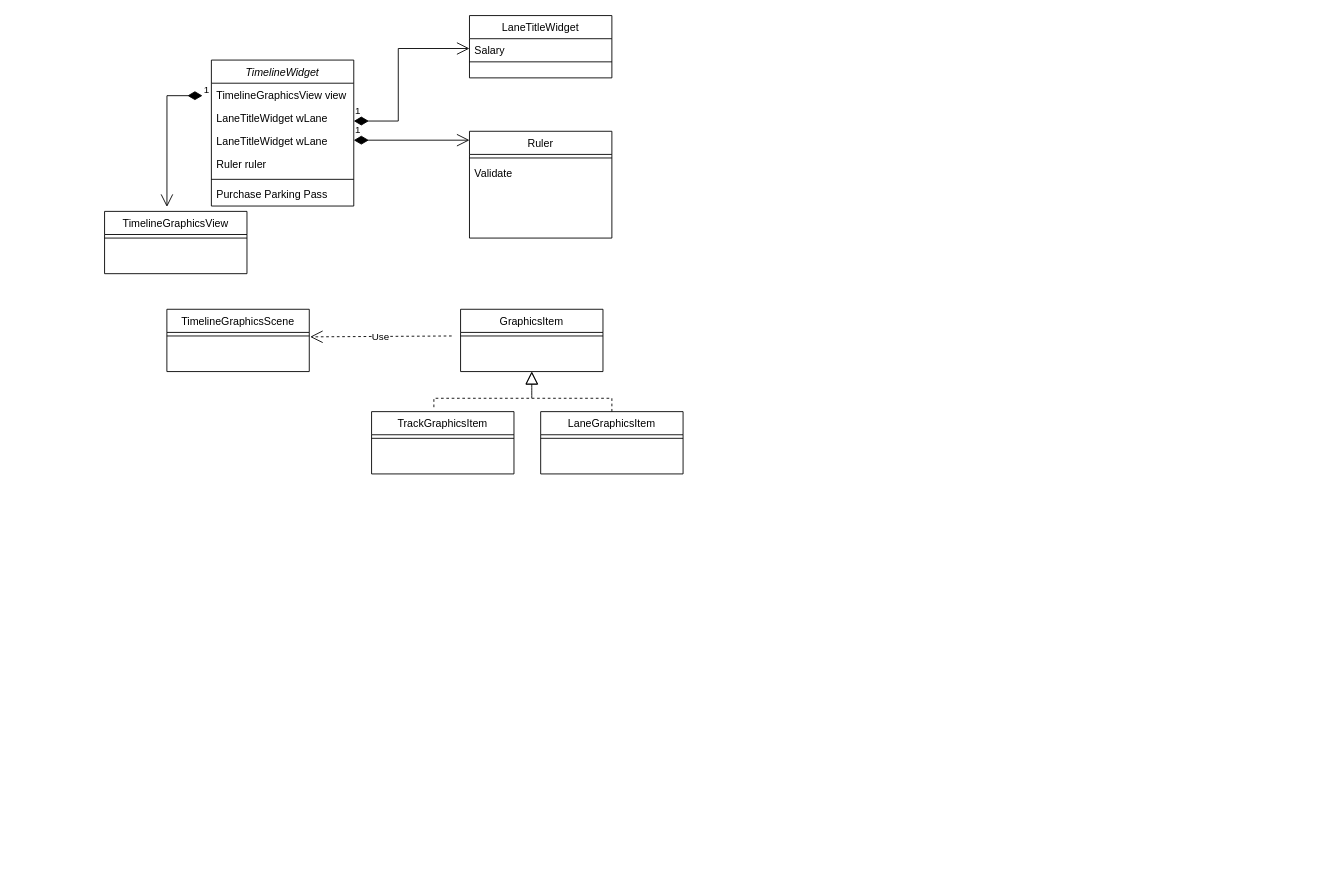
yanhj/DrawIO keeps this draw.io diagram as Timeline.drawio. Above is the earlier version. Source tidied: cells renumbered, new cells numbered last; positions are measured from the earlier drawing's top-left corner, leaving out a move shared by most shapes. Both pictures are drawn from the tidied source at 89%, with x=0, y=0 at pixel (104, 15).
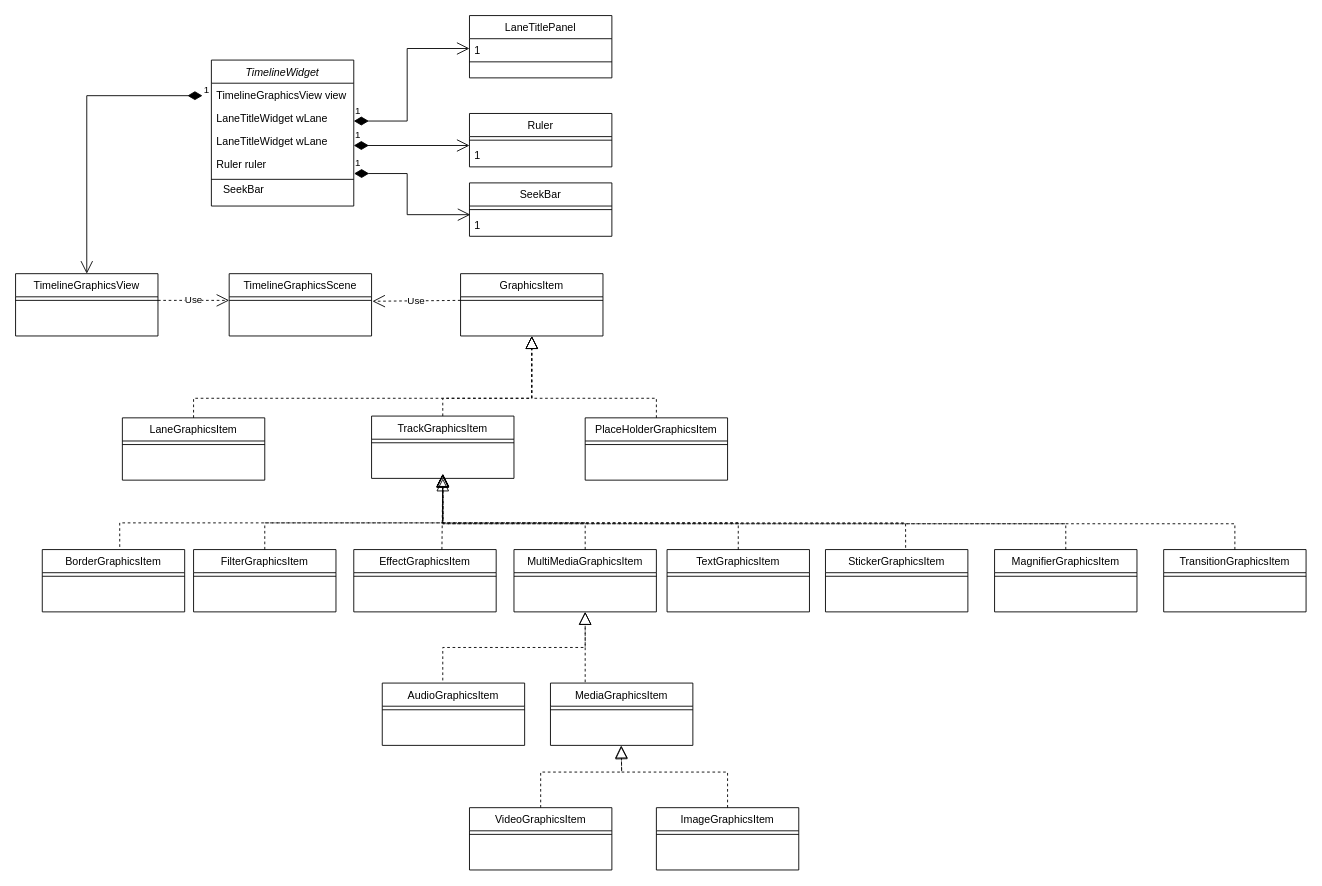
The same page after the edit.

Unchanged cells that the change refers to:
```xml
<mxCell id="2" value="TimelineWidget" style="swimlane;fontStyle=2;align=center;verticalAlign=top;horizontal=1;startSize=26;rounded=0;shadow=0;strokeWidth=1;" parent="1" vertex="1">
  <mxGeometry x="120" y="50" width="160" height="164" as="geometry" />
</mxCell>
<mxCell id="21" style="line;html=1;strokeWidth=1;align=left;verticalAlign=middle;spacingTop=-1;spacingLeft=3;spacingRight=3;labelPosition=right;points=[];portConstraint=eastwest;" parent="20" vertex="1">
  <mxGeometry y="26" width="160" height="8" as="geometry" />
</mxCell>
```

Diff of the diagram source:
```diff
@@
-    <mxCell id="6" value="Ruler ruler" style="text;align=left;verticalAlign=top;spacingLeft=4;spacingRight=4;overflow=hidden;points=[[0,0.5],[1,0.5]];portConstraint=eastwest;rounded=0;shadow=0;html=0;" parent="2" vertex="1">
+    <mxCell id="6" value="Ruler ruler&#10;" style="text;align=left;verticalAlign=top;spacingLeft=4;spacingRight=4;overflow=hidden;points=[[0,0.5],[1,0.5]];portConstraint=eastwest;rounded=0;shadow=0;html=0;" parent="2" vertex="1">
       <mxGeometry y="104" width="160" height="26" as="geometry" />
     </mxCell>
@@
-    <mxCell id="8" value="Purchase Parking Pass" style="text;align=left;verticalAlign=top;spacingLeft=4;spacingRight=4;overflow=hidden;" parent="2" vertex="1">
-      <mxGeometry y="138" width="160" height="26" as="geometry" />
-    </mxCell>
     <mxCell id="9" value="Ruler" style="swimlane;fontStyle=0;align=center;verticalAlign=top;horizontal=1;startSize=26;rounded=0;shadow=0;strokeWidth=1;" parent="1" vertex="1">
-      <mxGeometry x="410" y="130" width="160" height="120" as="geometry" />
+      <mxGeometry x="410" y="110" width="160" height="60" as="geometry" />
     </mxCell>
@@
-    <mxCell id="11" value="Validate" style="text;align=left;verticalAlign=top;spacingLeft=4;spacingRight=4;overflow=hidden;" parent="9" vertex="1">
+    <mxCell id="11" value="1" style="text;align=left;verticalAlign=top;spacingLeft=4;spacingRight=4;overflow=hidden;" parent="9" vertex="1">
       <mxGeometry y="34" width="160" height="26" as="geometry" />
     </mxCell>
     <mxCell id="12" value="1" style="endArrow=open;html=1;endSize=12;startArrow=diamondThin;startSize=14;startFill=1;edgeStyle=orthogonalEdgeStyle;align=left;verticalAlign=bottom;rounded=0;" parent="1" edge="1">
       <mxGeometry x="-1" y="3" relative="1" as="geometry">
-        <mxPoint x="280" y="140" as="sourcePoint" />
-        <mxPoint x="410" y="140" as="targetPoint" />
+        <mxPoint x="280" y="146" as="sourcePoint" />
+        <mxPoint x="410" y="146" as="targetPoint" />
       </mxGeometry>
     </mxCell>
-    <mxCell id="13" value="LaneTitleWidget" style="swimlane;fontStyle=0;align=center;verticalAlign=top;horizontal=1;startSize=26;rounded=0;shadow=0;strokeWidth=1;" parent="1" vertex="1">
+    <mxCell id="13" value="LaneTitlePanel" style="swimlane;fontStyle=0;align=center;verticalAlign=top;horizontal=1;startSize=26;rounded=0;shadow=0;strokeWidth=1;" parent="1" vertex="1">
       <mxGeometry x="410" width="160" height="70" as="geometry" />
     </mxCell>
-    <mxCell id="14" value="Salary" style="text;align=left;verticalAlign=top;spacingLeft=4;spacingRight=4;overflow=hidden;points=[[0,0.5],[1,0.5]];portConstraint=eastwest;" parent="13" vertex="1">
+    <mxCell id="14" value="1" style="text;align=left;verticalAlign=top;spacingLeft=4;spacingRight=4;overflow=hidden;points=[[0,0.5],[1,0.5]];portConstraint=eastwest;" parent="13" vertex="1">
       <mxGeometry y="26" width="160" height="22" as="geometry" />
     </mxCell>
@@
     <mxCell id="16" value="1" style="endArrow=open;html=1;endSize=12;startArrow=diamondThin;startSize=14;startFill=1;edgeStyle=orthogonalEdgeStyle;align=left;verticalAlign=bottom;rounded=0;entryX=0;entryY=0.5;entryDx=0;entryDy=0;" parent="1" edge="1" target="14">
       <mxGeometry x="-1" y="3" relative="1" as="geometry">
         <mxPoint x="280" y="118.5" as="sourcePoint" />
         <Array as="points">
-          <mxPoint x="330" y="119" />
-          <mxPoint x="330" y="37" />
+          <mxPoint x="340" y="119" />
+          <mxPoint x="340" y="37" />
         </Array>
       </mxGeometry>
     </mxCell>
     <mxCell id="17" value="TimelineGraphicsView" style="swimlane;fontStyle=0;align=center;verticalAlign=top;horizontal=1;startSize=26;rounded=0;shadow=0;strokeWidth=1;" parent="1" vertex="1">
-      <mxGeometry y="220" width="160" height="70" as="geometry" />
+      <mxGeometry x="-100" y="290" width="160" height="70" as="geometry" />
     </mxCell>
@@
-    <mxCell id="19" value="1" style="endArrow=open;html=1;endSize=12;startArrow=diamondThin;startSize=14;startFill=1;edgeStyle=orthogonalEdgeStyle;align=left;verticalAlign=bottom;rounded=0;entryX=0.438;entryY=-0.071;entryDx=0;entryDy=0;entryPerimeter=0;" parent="1" edge="1" target="17">
+    <mxCell id="19" value="1" style="endArrow=open;html=1;endSize=12;startArrow=diamondThin;startSize=14;startFill=1;edgeStyle=orthogonalEdgeStyle;align=left;verticalAlign=bottom;rounded=0;entryX=0.5;entryY=0;entryDx=0;entryDy=0;" parent="1" edge="1" target="17">
       <mxGeometry x="-1" y="3" relative="1" as="geometry">
         <mxPoint x="110" y="90" as="sourcePoint" />
         <Array as="points">
-          <mxPoint x="70" y="90" />
+          <mxPoint x="-20" y="90" />
         </Array>
       </mxGeometry>
     </mxCell>
     <mxCell id="20" value="TimelineGraphicsScene" style="swimlane;fontStyle=0;align=center;verticalAlign=top;horizontal=1;startSize=26;rounded=0;shadow=0;strokeWidth=1;" parent="1" vertex="1">
-      <mxGeometry x="70" y="330" width="160" height="70" as="geometry" />
+      <mxGeometry x="140" y="290" width="160" height="70" as="geometry" />
     </mxCell>
@@
     <mxCell id="22" value="GraphicsItem" style="swimlane;fontStyle=0;align=center;verticalAlign=top;horizontal=1;startSize=26;rounded=0;shadow=0;strokeWidth=1;" parent="1" vertex="1">
-      <mxGeometry x="400" y="330" width="160" height="70" as="geometry" />
+      <mxGeometry x="400" y="290" width="160" height="70" as="geometry" />
     </mxCell>
@@
     <mxCell id="24" value="TrackGraphicsItem" style="swimlane;fontStyle=0;align=center;verticalAlign=top;horizontal=1;startSize=26;rounded=0;shadow=0;strokeWidth=1;" parent="1" vertex="1">
-      <mxGeometry x="300" y="445" width="160" height="70" as="geometry" />
+      <mxGeometry x="300" y="450" width="160" height="70" as="geometry" />
     </mxCell>
@@
     <mxCell id="26" value="LaneGraphicsItem" style="swimlane;fontStyle=0;align=center;verticalAlign=top;horizontal=1;startSize=26;rounded=0;shadow=0;strokeWidth=1;" parent="1" vertex="1">
-      <mxGeometry x="490" y="445" width="160" height="70" as="geometry" />
+      <mxGeometry x="20" y="452" width="160" height="70" as="geometry" />
     </mxCell>
@@
-    <mxCell id="28" style="endArrow=block;dashed=1;endFill=0;endSize=12;html=1;rounded=0;entryX=0.5;entryY=1;entryDx=0;entryDy=0;" parent="1" edge="1" target="22">
+    <mxCell id="28" style="endArrow=block;dashed=1;endFill=0;endSize=12;html=1;rounded=0;entryX=0.5;entryY=1;entryDx=0;entryDy=0;exitX=0.5;exitY=0;exitDx=0;exitDy=0;" parent="1" edge="1" source="24" target="22">
       <mxGeometry relative="1" as="geometry">
-        <mxPoint x="370" y="440" as="sourcePoint" />
         <Array as="points">
-          <mxPoint x="370" y="430" />
+          <mxPoint x="380" y="430" />
           <mxPoint x="480" y="430" />
         </Array>
       </mxGeometry>
     </mxCell>
     <mxCell id="29" style="endArrow=block;dashed=1;endFill=0;endSize=12;html=1;rounded=0;exitX=0.5;exitY=0;exitDx=0;exitDy=0;" parent="1" edge="1" source="26">
       <mxGeometry relative="1" as="geometry">
-        <mxPoint x="480" y="400" as="targetPoint" />
+        <mxPoint x="480" y="360" as="targetPoint" />
         <Array as="points">
-          <mxPoint x="570" y="430" />
+          <mxPoint x="100" y="430" />
           <mxPoint x="480" y="430" />
         </Array>
       </mxGeometry>
     </mxCell>
     <mxCell id="30" value="Use" style="endArrow=open;endSize=12;dashed=1;html=1;rounded=0;entryX=1.006;entryY=0.625;entryDx=0;entryDy=0;entryPerimeter=0;" parent="1" edge="1" target="21">
       <mxGeometry relative="1" as="geometry">
-        <mxPoint x="390" y="360" as="sourcePoint" />
+        <mxPoint x="400" y="320" as="sourcePoint" />
       </mxGeometry>
     </mxCell>
+    <mxCell id="31" value="MultiMediaGraphicsItem" style="swimlane;fontStyle=0;align=center;verticalAlign=top;horizontal=1;startSize=26;rounded=0;shadow=0;strokeWidth=1;" parent="1" vertex="1">
+      <mxGeometry x="460" y="600" width="160" height="70" as="geometry" />
+    </mxCell>
+    <mxCell id="32" style="line;html=1;strokeWidth=1;align=left;verticalAlign=middle;spacingTop=-1;spacingLeft=3;spacingRight=3;labelPosition=right;" parent="31" vertex="1">
+      <mxGeometry y="26" width="160" height="8" as="geometry" />
+    </mxCell>
+    <mxCell id="33" value="EffectGraphicsItem" style="swimlane;fontStyle=0;align=center;verticalAlign=top;horizontal=1;startSize=26;rounded=0;shadow=0;strokeWidth=1;" parent="1" vertex="1">
+      <mxGeometry x="280" y="600" width="160" height="70" as="geometry" />
+    </mxCell>
+    <mxCell id="34" style="line;html=1;strokeWidth=1;align=left;verticalAlign=middle;spacingTop=-1;spacingLeft=3;spacingRight=3;labelPosition=right;" parent="33" vertex="1">
+      <mxGeometry y="26" width="160" height="8" as="geometry" />
+    </mxCell>
+    <mxCell id="35" value="FilterGraphicsItem" style="swimlane;fontStyle=0;align=center;verticalAlign=top;horizontal=1;startSize=26;rounded=0;shadow=0;strokeWidth=1;" parent="1" vertex="1">
+      <mxGeometry x="100" y="600" width="160" height="70" as="geometry" />
+    </mxCell>
+    <mxCell id="36" style="line;html=1;strokeWidth=1;align=left;verticalAlign=middle;spacingTop=-1;spacingLeft=3;spacingRight=3;labelPosition=right;" parent="35" vertex="1">
+      <mxGeometry y="26" width="160" height="8" as="geometry" />
+    </mxCell>
+    <mxCell id="37" value="BorderGraphicsItem" style="swimlane;fontStyle=0;align=center;verticalAlign=top;horizontal=1;startSize=26;rounded=0;shadow=0;strokeWidth=1;" parent="1" vertex="1">
+      <mxGeometry x="-70" y="600" width="160" height="70" as="geometry" />
+    </mxCell>
+    <mxCell id="38" style="line;html=1;strokeWidth=1;align=left;verticalAlign=middle;spacingTop=-1;spacingLeft=3;spacingRight=3;labelPosition=right;" parent="37" vertex="1">
+      <mxGeometry y="26" width="160" height="8" as="geometry" />
+    </mxCell>
+    <mxCell id="39" value="TextGraphicsItem" style="swimlane;fontStyle=0;align=center;verticalAlign=top;horizontal=1;startSize=26;rounded=0;shadow=0;strokeWidth=1;" parent="1" vertex="1">
+      <mxGeometry x="632" y="600" width="160" height="70" as="geometry" />
+    </mxCell>
+    <mxCell id="40" style="line;html=1;strokeWidth=1;align=left;verticalAlign=middle;spacingTop=-1;spacingLeft=3;spacingRight=3;labelPosition=right;" parent="39" vertex="1">
+      <mxGeometry y="26" width="160" height="8" as="geometry" />
+    </mxCell>
+    <mxCell id="41" value="StickerGraphicsItem" style="swimlane;fontStyle=0;align=center;verticalAlign=top;horizontal=1;startSize=26;rounded=0;shadow=0;strokeWidth=1;" parent="1" vertex="1">
+      <mxGeometry x="810" y="600" width="160" height="70" as="geometry" />
+    </mxCell>
+    <mxCell id="42" style="line;html=1;strokeWidth=1;align=left;verticalAlign=middle;spacingTop=-1;spacingLeft=3;spacingRight=3;labelPosition=right;" parent="41" vertex="1">
+      <mxGeometry y="26" width="160" height="8" as="geometry" />
+    </mxCell>
+    <mxCell id="43" value="AudioGraphicsItem" style="swimlane;fontStyle=0;align=center;verticalAlign=top;horizontal=1;startSize=26;rounded=0;shadow=0;strokeWidth=1;" parent="1" vertex="1">
+      <mxGeometry x="312" y="750" width="160" height="70" as="geometry" />
+    </mxCell>
+    <mxCell id="44" style="line;html=1;strokeWidth=1;align=left;verticalAlign=middle;spacingTop=-1;spacingLeft=3;spacingRight=3;labelPosition=right;" parent="43" vertex="1">
+      <mxGeometry y="26" width="160" height="8" as="geometry" />
+    </mxCell>
+    <mxCell id="45" value="MediaGraphicsItem" style="swimlane;fontStyle=0;align=center;verticalAlign=top;horizontal=1;startSize=26;rounded=0;shadow=0;strokeWidth=1;" parent="1" vertex="1">
+      <mxGeometry x="501" y="750" width="160" height="70" as="geometry" />
+    </mxCell>
+    <mxCell id="46" style="line;html=1;strokeWidth=1;align=left;verticalAlign=middle;spacingTop=-1;spacingLeft=3;spacingRight=3;labelPosition=right;" parent="45" vertex="1">
+      <mxGeometry y="26" width="160" height="8" as="geometry" />
+    </mxCell>
+    <mxCell id="47" value="VideoGraphicsItem" style="swimlane;fontStyle=0;align=center;verticalAlign=top;horizontal=1;startSize=26;rounded=0;shadow=0;strokeWidth=1;" parent="1" vertex="1">
+      <mxGeometry x="410" y="890" width="160" height="70" as="geometry" />
+    </mxCell>
+    <mxCell id="48" style="line;html=1;strokeWidth=1;align=left;verticalAlign=middle;spacingTop=-1;spacingLeft=3;spacingRight=3;labelPosition=right;" parent="47" vertex="1">
+      <mxGeometry y="26" width="160" height="8" as="geometry" />
+    </mxCell>
+    <mxCell id="49" value="ImageGraphicsItem" style="swimlane;fontStyle=0;align=center;verticalAlign=top;horizontal=1;startSize=26;rounded=0;shadow=0;strokeWidth=1;" parent="1" vertex="1">
+      <mxGeometry x="620" y="890" width="160" height="70" as="geometry" />
+    </mxCell>
+    <mxCell id="50" style="line;html=1;strokeWidth=1;align=left;verticalAlign=middle;spacingTop=-1;spacingLeft=3;spacingRight=3;labelPosition=right;" parent="49" vertex="1">
+      <mxGeometry y="26" width="160" height="8" as="geometry" />
+    </mxCell>
+    <mxCell id="51" style="endArrow=block;dashed=1;endFill=0;endSize=12;html=1;rounded=0;exitX=0.5;exitY=0;exitDx=0;exitDy=0;" parent="1" edge="1" source="31">
+      <mxGeometry relative="1" as="geometry">
+        <mxPoint x="380" y="515" as="targetPoint" />
+        <Array as="points">
+          <mxPoint x="540" y="570" />
+          <mxPoint x="380" y="570" />
+        </Array>
+      </mxGeometry>
+    </mxCell>
+    <mxCell id="52" style="endArrow=block;dashed=1;endFill=0;endSize=12;html=1;rounded=0;exitX=0.5;exitY=0;exitDx=0;exitDy=0;" parent="1" edge="1" source="39">
+      <mxGeometry relative="1" as="geometry">
+        <mxPoint x="380" y="515" as="targetPoint" />
+        <Array as="points">
+          <mxPoint x="712" y="570" />
+          <mxPoint x="380" y="570" />
+        </Array>
+      </mxGeometry>
+    </mxCell>
+    <mxCell id="53" style="endArrow=block;dashed=1;endFill=0;endSize=12;html=1;rounded=0;exitX=0.563;exitY=-0.029;exitDx=0;exitDy=0;exitPerimeter=0;" parent="1" edge="1" source="41">
+      <mxGeometry relative="1" as="geometry">
+        <mxPoint x="380" y="515" as="targetPoint" />
+        <Array as="points">
+          <mxPoint x="900" y="570" />
+          <mxPoint x="380" y="570" />
+        </Array>
+      </mxGeometry>
+    </mxCell>
+    <mxCell id="54" style="endArrow=block;dashed=1;endFill=0;endSize=12;html=1;rounded=0;entryX=0.5;entryY=1;entryDx=0;entryDy=0;exitX=0.5;exitY=0;exitDx=0;exitDy=0;" parent="1" edge="1" source="35">
+      <mxGeometry relative="1" as="geometry">
+        <mxPoint x="380" y="515" as="targetPoint" />
+        <Array as="points">
+          <mxPoint x="180" y="570" />
+          <mxPoint x="380" y="570" />
+        </Array>
+      </mxGeometry>
+    </mxCell>
+    <mxCell id="55" style="endArrow=block;dashed=1;endFill=0;endSize=12;html=1;rounded=0;entryX=0.5;entryY=1;entryDx=0;entryDy=0;exitX=0.544;exitY=-0.043;exitDx=0;exitDy=0;exitPerimeter=0;" parent="1" edge="1" source="37">
+      <mxGeometry relative="1" as="geometry">
+        <mxPoint x="380" y="515" as="targetPoint" />
+        <Array as="points">
+          <mxPoint x="17" y="570" />
+          <mxPoint x="380" y="570" />
+        </Array>
+      </mxGeometry>
+    </mxCell>
+    <mxCell id="56" style="endArrow=block;dashed=1;endFill=0;endSize=12;html=1;rounded=0;exitX=0.619;exitY=0;exitDx=0;exitDy=0;exitPerimeter=0;" parent="1" edge="1" source="33">
+      <mxGeometry relative="1" as="geometry">
+        <mxPoint x="380" y="516" as="targetPoint" />
+      </mxGeometry>
+    </mxCell>
+    <mxCell id="57" style="endArrow=block;dashed=1;endFill=0;endSize=12;html=1;rounded=0;exitX=0.425;exitY=-0.043;exitDx=0;exitDy=0;exitPerimeter=0;entryX=0.5;entryY=1;entryDx=0;entryDy=0;" parent="1" edge="1" source="43" target="31">
+      <mxGeometry relative="1" as="geometry">
+        <Array as="points">
+          <mxPoint x="380" y="710" />
+          <mxPoint x="540" y="710" />
+        </Array>
+      </mxGeometry>
+    </mxCell>
+    <mxCell id="58" style="endArrow=block;dashed=1;endFill=0;endSize=12;html=1;rounded=0;exitX=0.25;exitY=0;exitDx=0;exitDy=0;entryX=0.5;entryY=1;entryDx=0;entryDy=0;" parent="1" edge="1">
+      <mxGeometry relative="1" as="geometry">
+        <mxPoint x="540" y="749" as="sourcePoint" />
+        <mxPoint x="540" y="670" as="targetPoint" />
+        <Array as="points">
+          <mxPoint x="540" y="710" />
+        </Array>
+      </mxGeometry>
+    </mxCell>
+    <mxCell id="59" style="endArrow=block;dashed=1;endFill=0;endSize=12;html=1;rounded=0;entryX=0.5;entryY=1;entryDx=0;entryDy=0;exitX=0.5;exitY=0;exitDx=0;exitDy=0;" parent="1" edge="1" source="47">
+      <mxGeometry relative="1" as="geometry">
+        <mxPoint x="580.5" y="820" as="targetPoint" />
+        <Array as="points">
+          <mxPoint x="490" y="850" />
+          <mxPoint x="581" y="850" />
+        </Array>
+      </mxGeometry>
+    </mxCell>
+    <mxCell id="60" style="endArrow=block;dashed=1;endFill=0;endSize=12;html=1;rounded=0;entryX=0.5;entryY=1;entryDx=0;entryDy=0;exitX=0.5;exitY=0;exitDx=0;exitDy=0;" parent="1" edge="1" source="49">
+      <mxGeometry relative="1" as="geometry">
+        <mxPoint x="580.5" y="821" as="targetPoint" />
+        <Array as="points">
+          <mxPoint x="700" y="850" />
+          <mxPoint x="581" y="850" />
+        </Array>
+      </mxGeometry>
+    </mxCell>
+    <mxCell id="61" value="MagnifierGraphicsItem" style="swimlane;fontStyle=0;align=center;verticalAlign=top;horizontal=1;startSize=26;rounded=0;shadow=0;strokeWidth=1;" parent="1" vertex="1">
+      <mxGeometry x="1000" y="600" width="160" height="70" as="geometry" />
+    </mxCell>
+    <mxCell id="62" style="line;html=1;strokeWidth=1;align=left;verticalAlign=middle;spacingTop=-1;spacingLeft=3;spacingRight=3;labelPosition=right;" parent="61" vertex="1">
+      <mxGeometry y="26" width="160" height="8" as="geometry" />
+    </mxCell>
+    <mxCell id="63" style="endArrow=block;dashed=1;endFill=0;endSize=12;html=1;rounded=0;exitX=0.5;exitY=0;exitDx=0;exitDy=0;" parent="1" edge="1" source="61">
+      <mxGeometry relative="1" as="geometry">
+        <mxPoint x="380" y="516" as="targetPoint" />
+        <Array as="points">
+          <mxPoint x="1080" y="571" />
+          <mxPoint x="380" y="571" />
+        </Array>
+      </mxGeometry>
+    </mxCell>
+    <mxCell id="64" value="PlaceHolderGraphicsItem" style="swimlane;fontStyle=0;align=center;verticalAlign=top;horizontal=1;startSize=26;rounded=0;shadow=0;strokeWidth=1;" parent="1" vertex="1">
+      <mxGeometry x="540" y="452" width="160" height="70" as="geometry" />
+    </mxCell>
+    <mxCell id="65" style="line;html=1;strokeWidth=1;align=left;verticalAlign=middle;spacingTop=-1;spacingLeft=3;spacingRight=3;labelPosition=right;" parent="64" vertex="1">
+      <mxGeometry y="26" width="160" height="8" as="geometry" />
+    </mxCell>
+    <mxCell id="66" style="endArrow=block;dashed=1;endFill=0;endSize=12;html=1;rounded=0;exitX=0.5;exitY=0;exitDx=0;exitDy=0;" parent="1" edge="1" source="64">
+      <mxGeometry relative="1" as="geometry">
+        <mxPoint x="480" y="360" as="targetPoint" />
+        <Array as="points">
+          <mxPoint x="620" y="430" />
+          <mxPoint x="480" y="430" />
+        </Array>
+      </mxGeometry>
+    </mxCell>
+    <mxCell id="67" value="TransitionGraphicsItem" style="swimlane;fontStyle=0;align=center;verticalAlign=top;horizontal=1;startSize=26;rounded=0;shadow=0;strokeWidth=1;" parent="1" vertex="1">
+      <mxGeometry x="1190" y="600" width="160" height="70" as="geometry" />
+    </mxCell>
+    <mxCell id="68" style="line;html=1;strokeWidth=1;align=left;verticalAlign=middle;spacingTop=-1;spacingLeft=3;spacingRight=3;labelPosition=right;" parent="67" vertex="1">
+      <mxGeometry y="26" width="160" height="8" as="geometry" />
+    </mxCell>
+    <mxCell id="69" style="endArrow=block;dashed=1;endFill=0;endSize=12;html=1;rounded=0;exitX=0.5;exitY=0;exitDx=0;exitDy=0;" parent="1" edge="1" source="67">
+      <mxGeometry relative="1" as="geometry">
+        <mxPoint x="380" y="520" as="targetPoint" />
+        <Array as="points">
+          <mxPoint x="1270" y="571" />
+          <mxPoint x="380" y="571" />
+        </Array>
+      </mxGeometry>
+    </mxCell>
+    <mxCell id="70" value="Use" style="endArrow=open;endSize=12;dashed=1;html=1;rounded=0;" parent="1" edge="1">
+      <mxGeometry relative="1" as="geometry">
+        <mxPoint x="60" y="320" as="sourcePoint" />
+        <mxPoint x="140" y="320" as="targetPoint" />
+      </mxGeometry>
+    </mxCell>
+    <mxCell id="71" value="SeekBar" style="swimlane;fontStyle=0;align=center;verticalAlign=top;horizontal=1;startSize=26;rounded=0;shadow=0;strokeWidth=1;" parent="1" vertex="1">
+      <mxGeometry x="410" y="188" width="160" height="60" as="geometry" />
+    </mxCell>
+    <mxCell id="72" style="line;html=1;strokeWidth=1;align=left;verticalAlign=middle;spacingTop=-1;spacingLeft=3;spacingRight=3;labelPosition=right;" parent="71" vertex="1">
+      <mxGeometry y="26" width="160" height="8" as="geometry" />
+    </mxCell>
+    <mxCell id="73" value="1" style="text;align=left;verticalAlign=top;spacingLeft=4;spacingRight=4;overflow=hidden;points=[[0,0.5],[1,0.5]];portConstraint=eastwest;" parent="71" vertex="1">
+      <mxGeometry y="34" width="160" height="26" as="geometry" />
+    </mxCell>
+    <mxCell id="74" value="1" style="endArrow=open;html=1;endSize=12;startArrow=diamondThin;startSize=14;startFill=1;edgeStyle=orthogonalEdgeStyle;align=left;verticalAlign=bottom;rounded=0;entryX=0.006;entryY=0.066;entryDx=0;entryDy=0;entryPerimeter=0;exitX=1.002;exitY=0.903;exitDx=0;exitDy=0;exitPerimeter=0;" parent="1" edge="1" source="6" target="73">
+      <mxGeometry x="-1" y="3" relative="1" as="geometry">
+        <Array as="points">
+          <mxPoint x="340" y="177" />
+          <mxPoint x="340" y="224" />
+        </Array>
+      </mxGeometry>
+    </mxCell>
+    <mxCell id="75" value="SeekBar" style="text;html=1;align=center;verticalAlign=middle;strokeColor=none;fillColor=none;" parent="1" vertex="1">
+      <mxGeometry x="121" y="181" width="70" height="30" as="geometry" />
+    </mxCell>
```
